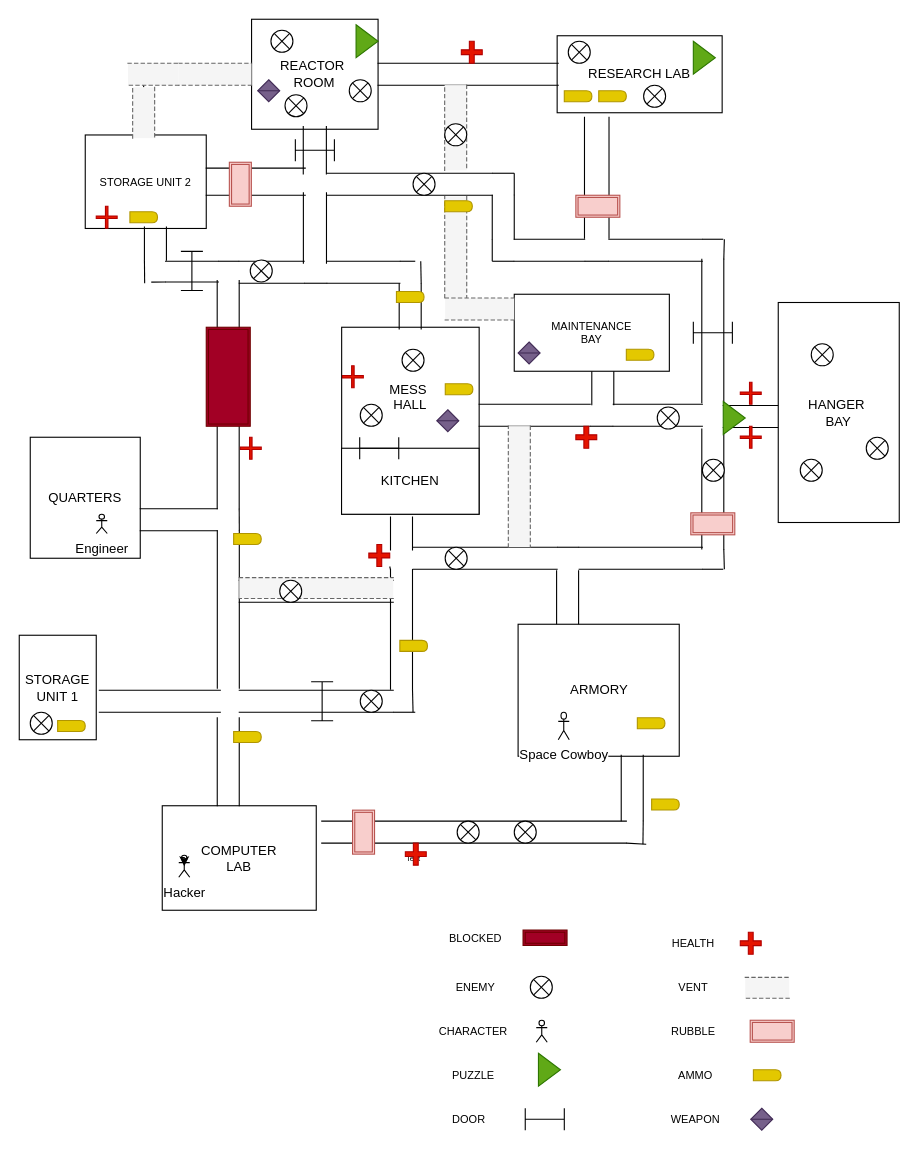
Before: CrawlSpacemap.drawio in SlOneRPC/CSC1030WebGroupProject, a draw.io diagram. Source tidied: cells renumbered, new cells numbered last; positions are measured from the earlier drawing's top-left corner, leaving out a move shared by most shapes. Both pictures are drawn from the tidied source at 110%, with x=0, y=0 at pixel (19, 19).
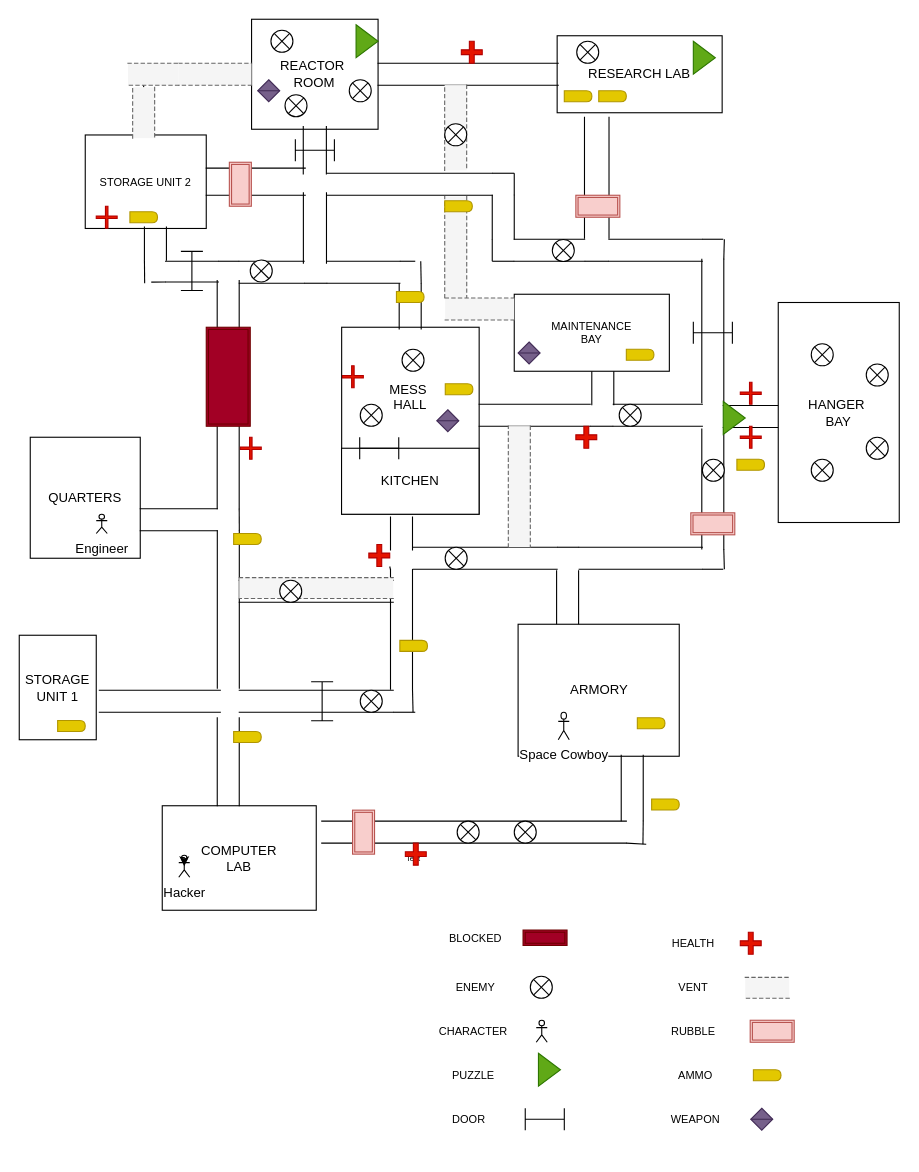
The same page after the edit.

The edit, as a diff of the source:
```diff
@@
     <mxCell id="97" style="shape=sumEllipse;perimeter=ellipsePerimeter;whiteSpace=wrap;html=1;backgroundOutline=1;gradientColor=none;fontSize=7;" parent="1" vertex="1">
-      <mxGeometry x="10" y="630" width="20" height="20" as="geometry" />
+      <mxGeometry x="770" y="313.4" width="20" height="20" as="geometry" />
     </mxCell>
@@
     <mxCell id="99" style="shape=sumEllipse;perimeter=ellipsePerimeter;whiteSpace=wrap;html=1;backgroundOutline=1;gradientColor=none;fontSize=7;" parent="1" vertex="1">
-      <mxGeometry x="710" y="400" width="20" height="20" as="geometry" />
+      <mxGeometry x="720" y="400" width="20" height="20" as="geometry" />
     </mxCell>
@@
     <mxCell id="104" style="shape=sumEllipse;perimeter=ellipsePerimeter;whiteSpace=wrap;html=1;backgroundOutline=1;gradientColor=none;fontSize=7;" parent="1" vertex="1">
-      <mxGeometry x="580" y="352.5" width="20" height="20" as="geometry" />
+      <mxGeometry x="545.4" y="350" width="20" height="20" as="geometry" />
     </mxCell>
@@
-    <mxCell id="108" style="shape=sumEllipse;perimeter=ellipsePerimeter;whiteSpace=wrap;html=1;backgroundOutline=1;gradientColor=none;fontSize=7;" parent="1" vertex="1">
-      <mxGeometry x="499.1" y="20" width="20" height="20" as="geometry" />
-    </mxCell>
     <mxCell id="109" style="shape=sumEllipse;perimeter=ellipsePerimeter;whiteSpace=wrap;html=1;backgroundOutline=1;gradientColor=none;fontSize=7;" parent="1" vertex="1">
-      <mxGeometry x="567.6" y="60" width="20" height="20" as="geometry" />
+      <mxGeometry x="506.8" y="20" width="20" height="20" as="geometry" />
     </mxCell>
@@
     <mxCell id="113" style="shape=sumEllipse;perimeter=ellipsePerimeter;whiteSpace=wrap;html=1;backgroundOutline=1;gradientColor=none;fontSize=7;" parent="1" vertex="1">
-      <mxGeometry x="358" y="140" width="20" height="20" as="geometry" />
+      <mxGeometry x="484.6" y="200.2" width="20" height="20" as="geometry" />
     </mxCell>
@@
+    <mxCell id="165" style="shape=delay;whiteSpace=wrap;html=1;fontSize=7;fillColor=#e3c800;strokeColor=#B09500;fontColor=#ffffff;" parent="1" vertex="1">
+      <mxGeometry x="652.4" y="400" width="25.1" height="10" as="geometry" />
+    </mxCell>
```
